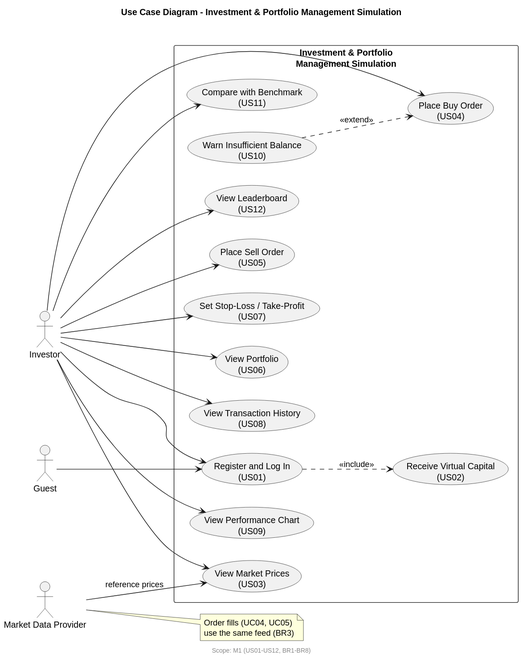
This is docs/diagrams/use-case-diagram.svg from SE-FDA-NEU-AI66B/AI66B-Group-5-A4-Investment-and-Portfolio-Management-Simulation, a PlantUML export, as it was before one commit. Its source is kept beside it as docs/diagrams/use-case-diagram.puml.
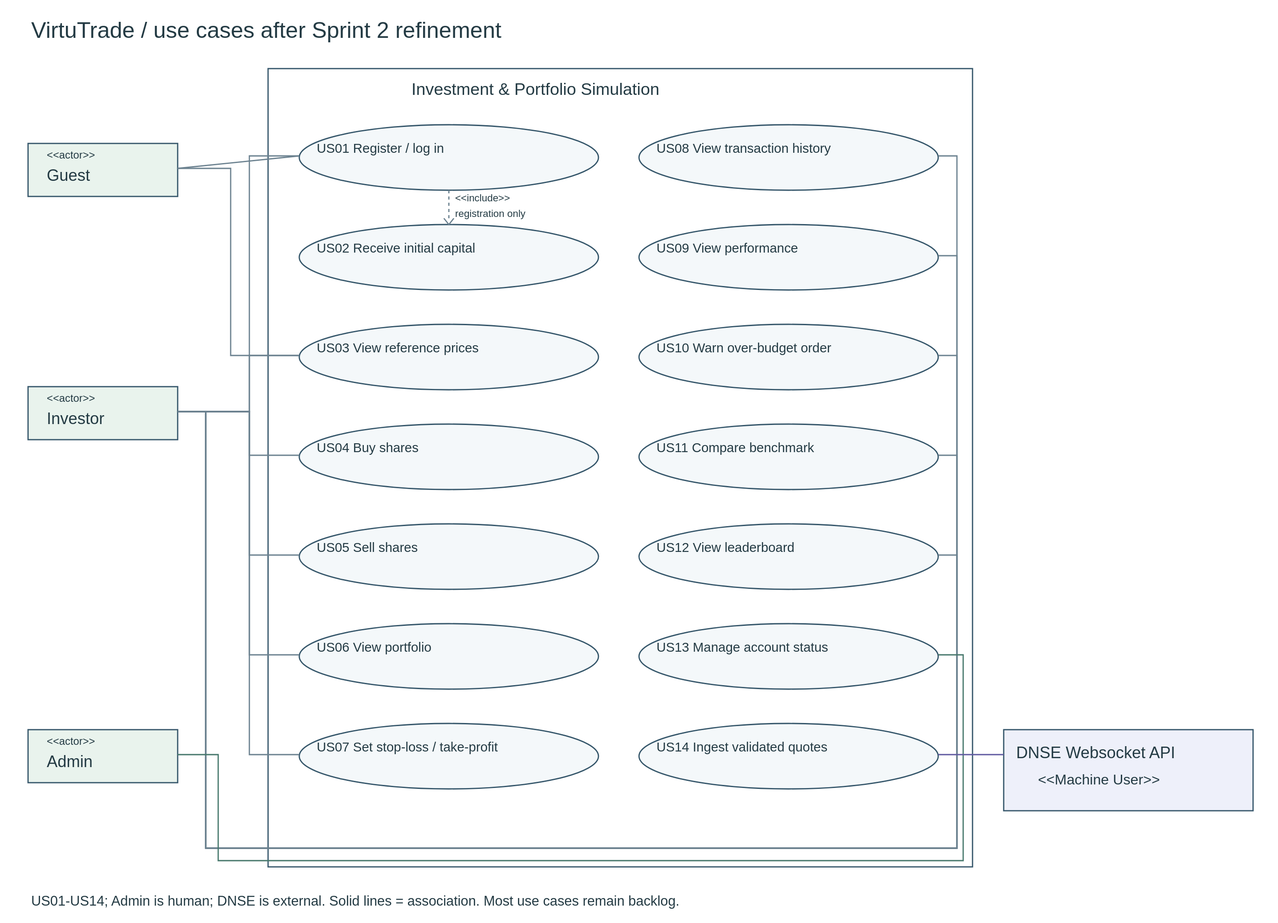
Later version of the same file.

The edit, as a diff of the source:
```diff
@@ -5,7 +5,8 @@
 
 actor Guest as Guest
 actor Investor as Investor
-actor "Market Data Provider" as MarketData
+actor Admin as Admin
+actor "DNSE Websocket API" as MarketData <<Machine User>>
 
 rectangle "Investment & Portfolio\nManagement Simulation" {
   usecase "Register and Log In\n(US01)" as UC01
@@ -20,9 +21,12 @@
   usecase "View Performance Chart\n(US09)" as UC09
   usecase "Compare with Benchmark\n(US11)" as UC11
   usecase "View Leaderboard\n(US12)" as UC12
+  usecase "Manage Account Status\n(US13)" as UC13
+  usecase "Ingest Validated Quotes\n(US14)" as UC14
 }
 
 Guest --> UC01
+Guest --> UC03
 Investor --> UC01
 Investor --> UC03
 Investor --> UC04
@@ -33,15 +37,16 @@
 Investor --> UC09
 Investor --> UC11
 Investor --> UC12
+Admin --> UC13
 
-UC01 ..> UC02 : <<include>>
-UC10 ..> UC04 : <<extend>>
+UC01 ..> UC02 : <<include>> (registration only)
 
-MarketData --> UC03 : reference prices
+MarketData --> UC14 : quote events
 note right of MarketData
-  Order fills (UC04, UC05)
-  use the same feed (BR3)
+  External machine actor; no app login.
+  Adapter validates and persists latest quote.
+  Live integration remains backlog in M2.
 end note
 
-footer Scope: M1 (US01-US12, BR1-BR8)
+footer Scope: US01-US14, BR1-BR10; only market snapshot implemented in M2
 @enduml
```
